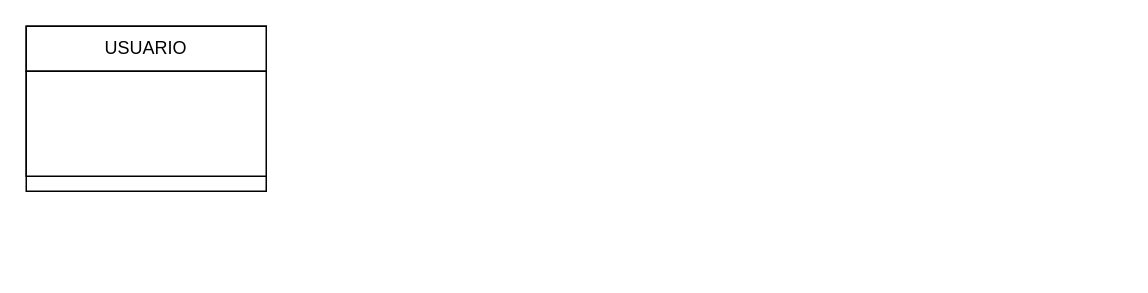
Above: lógico.drawio in Thiago163/api_sistema_trienal (draw.io), before the change. Source tidied: cells renumbered, new cells numbered last; positions are measured from the earlier drawing's top-left corner, leaving out a move shared by most shapes. Both pictures are drawn from the tidied source at 150%, with x=0, y=0 at pixel (26, 26).
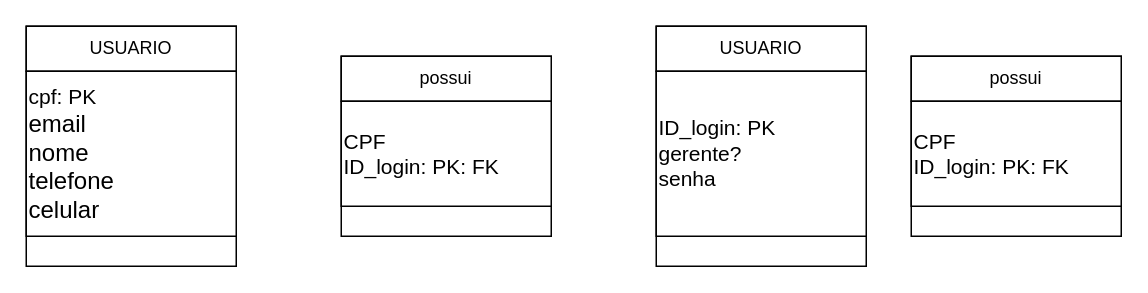
After the change.

The edit, as a diff of the source:
```diff
@@
 <mxGraphModel>
   <root>
     <mxCell id="0" />
     <mxCell id="1" parent="0" />
     <mxCell id="2" style="rounded=0;whiteSpace=wrap;html=1;" parent="1" vertex="1">
-      <mxGeometry width="160" height="110" as="geometry" />
+      <mxGeometry width="140" height="160" as="geometry" />
     </mxCell>
     <mxCell id="3" value="USUARIO" style="rounded=0;whiteSpace=wrap;html=1;" parent="1" vertex="1">
-      <mxGeometry width="160" height="30" as="geometry" />
+      <mxGeometry width="140" height="30" as="geometry" />
     </mxCell>
-    <mxCell id="4" style="rounded=0;whiteSpace=wrap;html=1;" parent="1" vertex="1">
-      <mxGeometry y="30" width="160" height="70" as="geometry" />
+    <mxCell id="4" value="&lt;font style=&quot;font-size: 14px;&quot;&gt;cpf: PK&lt;/font&gt;&lt;div&gt;&lt;font size=&quot;3&quot;&gt;email&lt;/font&gt;&lt;/div&gt;&lt;div&gt;&lt;font size=&quot;3&quot;&gt;nome&lt;/font&gt;&lt;/div&gt;&lt;div&gt;&lt;font size=&quot;3&quot;&gt;telefone&lt;/font&gt;&lt;/div&gt;&lt;div&gt;&lt;font size=&quot;3&quot;&gt;celular&lt;/font&gt;&lt;/div&gt;" style="rounded=0;whiteSpace=wrap;html=1;align=left;" parent="1" vertex="1">
+      <mxGeometry y="30" width="140" height="110" as="geometry" />
     </mxCell>
+    <mxCell id="5" style="rounded=0;whiteSpace=wrap;html=1;" parent="1" vertex="1">
+      <mxGeometry x="210" y="20" width="140" height="120" as="geometry" />
+    </mxCell>
+    <mxCell id="6" value="possui" style="rounded=0;whiteSpace=wrap;html=1;" parent="1" vertex="1">
+      <mxGeometry x="210" y="20" width="140" height="30" as="geometry" />
+    </mxCell>
+    <mxCell id="7" value="&lt;span style=&quot;font-size: 14px;&quot;&gt;CPF&lt;/span&gt;&lt;div&gt;&lt;span style=&quot;font-size: 14px;&quot;&gt;ID_login: PK: FK&lt;/span&gt;&lt;/div&gt;" style="rounded=0;whiteSpace=wrap;html=1;align=left;" parent="1" vertex="1">
+      <mxGeometry x="210" y="50" width="140" height="70" as="geometry" />
+    </mxCell>
+    <mxCell id="8" style="rounded=0;whiteSpace=wrap;html=1;" parent="1" vertex="1">
+      <mxGeometry x="420" width="140" height="160" as="geometry" />
+    </mxCell>
+    <mxCell id="9" value="USUARIO" style="rounded=0;whiteSpace=wrap;html=1;" parent="1" vertex="1">
+      <mxGeometry x="420" width="140" height="30" as="geometry" />
+    </mxCell>
+    <mxCell id="10" value="&lt;span style=&quot;font-size: 14px;&quot;&gt;ID_login: PK&lt;/span&gt;&lt;div&gt;&lt;span style=&quot;font-size: 14px;&quot;&gt;gerente?&lt;/span&gt;&lt;/div&gt;&lt;div&gt;&lt;span style=&quot;font-size: 14px;&quot;&gt;senha&lt;/span&gt;&lt;/div&gt;" style="rounded=0;whiteSpace=wrap;html=1;align=left;" parent="1" vertex="1">
+      <mxGeometry x="420" y="30" width="140" height="110" as="geometry" />
+    </mxCell>
+    <mxCell id="11" style="rounded=0;whiteSpace=wrap;html=1;" parent="1" vertex="1">
+      <mxGeometry x="590" y="20" width="140" height="120" as="geometry" />
+    </mxCell>
+    <mxCell id="12" value="possui" style="rounded=0;whiteSpace=wrap;html=1;" parent="1" vertex="1">
+      <mxGeometry x="590" y="20" width="140" height="30" as="geometry" />
+    </mxCell>
+    <mxCell id="13" value="&lt;span style=&quot;font-size: 14px;&quot;&gt;CPF&lt;/span&gt;&lt;div&gt;&lt;span style=&quot;font-size: 14px;&quot;&gt;ID_login: PK: FK&lt;/span&gt;&lt;/div&gt;" style="rounded=0;whiteSpace=wrap;html=1;align=left;" parent="1" vertex="1">
+      <mxGeometry x="590" y="50" width="140" height="70" as="geometry" />
+    </mxCell>
   </root>
 </mxGraphModel>
```
